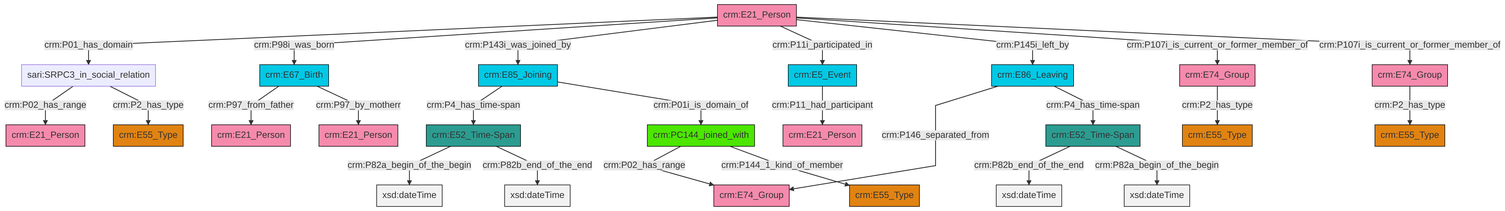
Before: et/personCSV/ttl/mmd/png/Person_Actor_Relations.png, a diagram exported from Mermaid (swiss-art-research-net/reference-data-models). Its source is kept beside it as et/personCSV/ttl/mmd/Person_Actor_Relations.ttl.mmd.
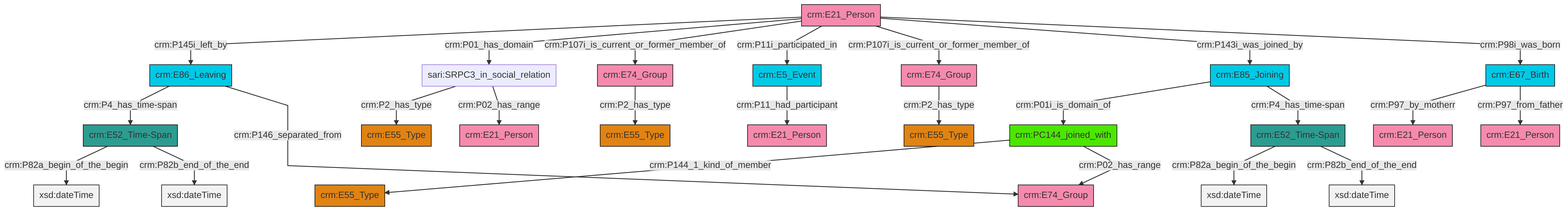
After the change.

Change to the diagram source:
```diff
@@ -13,27 +13,27 @@
 classDef PC_Classes fill:#4ce600, stroke:#000000;
 classDef Multi fill:#cccccc,stroke:#000000;
 
-0["crm:E52_Time-Span"]:::Time-Span -->|crm:P82b_end_of_the_end| 1[xsd:dateTime]:::Literal
-2["crm:E21_Person"]:::Actor -->|crm:P01_has_domain| 3["sari:SRPC3_in_social_relation"]:::Default
-9["crm:E86_Leaving"]:::Temporal_Entity -->|crm:P146_separated_from| 10["crm:E74_Group"]:::Actor
-15["crm:E67_Birth"]:::Temporal_Entity -->|crm:P97_from_father| 16["crm:E21_Person"]:::Actor
-17["crm:PC144_joined_with"]:::PC_Classes -->|crm:P02_has_range| 10["crm:E74_Group"]:::Actor
-13["crm:E5_Event"]:::Temporal_Entity -->|crm:P11_had_participant| 19["crm:E21_Person"]:::Actor
-20["crm:E74_Group"]:::Actor -->|crm:P2_has_type| 4["crm:E55_Type"]:::Type
-3["sari:SRPC3_in_social_relation"]:::Default -->|crm:P02_has_range| 24["crm:E21_Person"]:::Actor
-11["crm:E85_Joining"]:::Temporal_Entity -->|crm:P4_has_time-span| 25["crm:E52_Time-Span"]:::Time-Span
-25["crm:E52_Time-Span"]:::Time-Span -->|crm:P82a_begin_of_the_begin| 26[xsd:dateTime]:::Literal
-2["crm:E21_Person"]:::Actor -->|crm:P98i_was_born| 15["crm:E67_Birth"]:::Temporal_Entity
-25["crm:E52_Time-Span"]:::Time-Span -->|crm:P82b_end_of_the_end| 27[xsd:dateTime]:::Literal
-2["crm:E21_Person"]:::Actor -->|crm:P143i_was_joined_by| 11["crm:E85_Joining"]:::Temporal_Entity
-15["crm:E67_Birth"]:::Temporal_Entity -->|crm:P97_by_motherr| 29["crm:E21_Person"]:::Actor
-0["crm:E52_Time-Span"]:::Time-Span -->|crm:P82a_begin_of_the_begin| 30[xsd:dateTime]:::Literal
-11["crm:E85_Joining"]:::Temporal_Entity -->|crm:P01i_is_domain_of| 17["crm:PC144_joined_with"]:::PC_Classes
-2["crm:E21_Person"]:::Actor -->|crm:P11i_participated_in| 13["crm:E5_Event"]:::Temporal_Entity
-17["crm:PC144_joined_with"]:::PC_Classes -->|crm:P144_1_kind_of_member| 35["crm:E55_Type"]:::Type
-3["sari:SRPC3_in_social_relation"]:::Default -->|crm:P2_has_type| 6["crm:E55_Type"]:::Type
-36["crm:E74_Group"]:::Actor -->|crm:P2_has_type| 21["crm:E55_Type"]:::Type
-2["crm:E21_Person"]:::Actor -->|crm:P145i_left_by| 9["crm:E86_Leaving"]:::Temporal_Entity
-9["crm:E86_Leaving"]:::Temporal_Entity -->|crm:P4_has_time-span| 0["crm:E52_Time-Span"]:::Time-Span
-2["crm:E21_Person"]:::Actor -->|crm:P107i_is_current_or_former_member_of| 36["crm:E74_Group"]:::Actor
-2["crm:E21_Person"]:::Actor -->|crm:P107i_is_current_or_former_member_of| 20["crm:E74_Group"]:::Actor
+0["crm:E67_Birth"]:::Temporal_Entity -->|crm:P97_by_motherr| 1["crm:E21_Person"]:::Actor
+2["crm:PC144_joined_with"]:::PC_Classes -->|crm:P144_1_kind_of_member| 3["crm:E55_Type"]:::Type
+4["sari:SRPC3_in_social_relation"]:::Default -->|crm:P2_has_type| 5["crm:E55_Type"]:::Type
+8["crm:E21_Person"]:::Actor -->|crm:P145i_left_by| 9["crm:E86_Leaving"]:::Temporal_Entity
+12["crm:E52_Time-Span"]:::Time-Span -->|crm:P82a_begin_of_the_begin| 13[xsd:dateTime]:::Literal
+8["crm:E21_Person"]:::Actor -->|crm:P01_has_domain| 4["sari:SRPC3_in_social_relation"]:::Default
+16["crm:E74_Group"]:::Actor -->|crm:P2_has_type| 17["crm:E55_Type"]:::Type
+19["crm:E85_Joining"]:::Temporal_Entity -->|crm:P01i_is_domain_of| 2["crm:PC144_joined_with"]:::PC_Classes
+4["sari:SRPC3_in_social_relation"]:::Default -->|crm:P02_has_range| 20["crm:E21_Person"]:::Actor
+9["crm:E86_Leaving"]:::Temporal_Entity -->|crm:P4_has_time-span| 14["crm:E52_Time-Span"]:::Time-Span
+14["crm:E52_Time-Span"]:::Time-Span -->|crm:P82a_begin_of_the_begin| 29[xsd:dateTime]:::Literal
+12["crm:E52_Time-Span"]:::Time-Span -->|crm:P82b_end_of_the_end| 30[xsd:dateTime]:::Literal
+8["crm:E21_Person"]:::Actor -->|crm:P107i_is_current_or_former_member_of| 33["crm:E74_Group"]:::Actor
+8["crm:E21_Person"]:::Actor -->|crm:P11i_participated_in| 31["crm:E5_Event"]:::Temporal_Entity
+2["crm:PC144_joined_with"]:::PC_Classes -->|crm:P02_has_range| 25["crm:E74_Group"]:::Actor
+8["crm:E21_Person"]:::Actor -->|crm:P107i_is_current_or_former_member_of| 16["crm:E74_Group"]:::Actor
+0["crm:E67_Birth"]:::Temporal_Entity -->|crm:P97_from_father| 22["crm:E21_Person"]:::Actor
+8["crm:E21_Person"]:::Actor -->|crm:P143i_was_joined_by| 19["crm:E85_Joining"]:::Temporal_Entity
+33["crm:E74_Group"]:::Actor -->|crm:P2_has_type| 6["crm:E55_Type"]:::Type
+9["crm:E86_Leaving"]:::Temporal_Entity -->|crm:P146_separated_from| 25["crm:E74_Group"]:::Actor
+14["crm:E52_Time-Span"]:::Time-Span -->|crm:P82b_end_of_the_end| 44[xsd:dateTime]:::Literal
+8["crm:E21_Person"]:::Actor -->|crm:P98i_was_born| 0["crm:E67_Birth"]:::Temporal_Entity
+19["crm:E85_Joining"]:::Temporal_Entity -->|crm:P4_has_time-span| 12["crm:E52_Time-Span"]:::Time-Span
+31["crm:E5_Event"]:::Temporal_Entity -->|crm:P11_had_participant| 10["crm:E21_Person"]:::Actor
```
